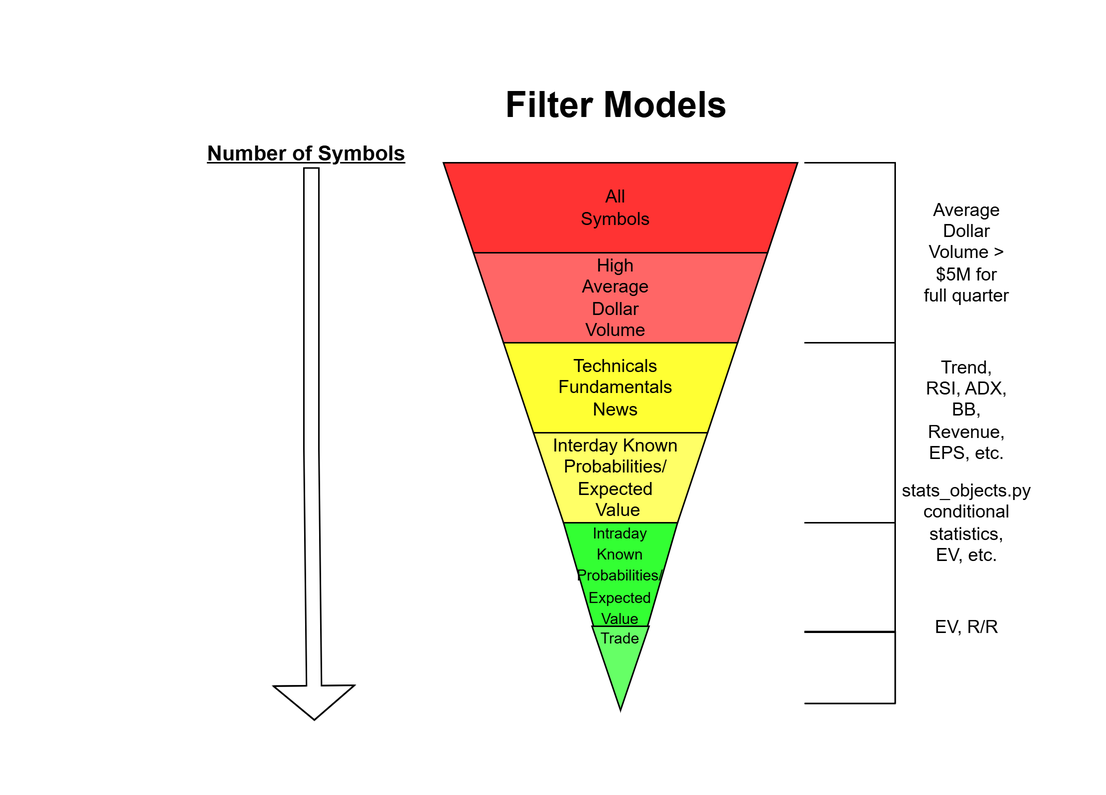
This is usage/Filter_Models.png from jdejones/market_data, a draw.io export, as it was before one commit. Source tidied: cells renumbered, new cells last; positions are measured from the earlier drawing's top-left corner, leaving out a move shared by most shapes. The source it was exported from:
```xml
<mxGraphModel math="1">
  <root>
    <mxCell id="0" />
    <mxCell id="1" parent="0" />
    <mxCell id="2" style="shape=trapezoid;perimeter=trapezoidPerimeter;whiteSpace=wrap;html=1;fixedSize=1;rotation=-180;fillColor=#FF3333;" parent="1" vertex="1">
      <mxGeometry x="245" y="58" width="236" height="60" as="geometry" />
    </mxCell>
    <mxCell id="3" style="shape=trapezoid;perimeter=trapezoidPerimeter;whiteSpace=wrap;html=1;fixedSize=1;rotation=-180;fillColor=#FF6666;" parent="1" vertex="1">
      <mxGeometry x="265" y="118" width="196" height="60" as="geometry" />
    </mxCell>
    <mxCell id="4" value="All Symbols" style="text;html=1;whiteSpace=wrap;strokeColor=none;fillColor=none;align=center;verticalAlign=middle;rounded=0;" parent="1" vertex="1">
      <mxGeometry x="330" y="73" width="60" height="30" as="geometry" />
    </mxCell>
    <mxCell id="5" value="High Average Dollar Volume" style="text;html=1;whiteSpace=wrap;strokeColor=none;fillColor=none;align=center;verticalAlign=middle;rounded=0;" parent="1" vertex="1">
      <mxGeometry x="330" y="133" width="60" height="30" as="geometry" />
    </mxCell>
    <mxCell id="6" style="shape=trapezoid;perimeter=trapezoidPerimeter;whiteSpace=wrap;html=1;fixedSize=1;rotation=-180;fillColor=#FFFF33;" parent="1" vertex="1">
      <mxGeometry x="285" y="178" width="156" height="60" as="geometry" />
    </mxCell>
    <mxCell id="7" value="Technicals&lt;div&gt;Fundamentals&lt;/div&gt;&lt;div&gt;News&lt;/div&gt;" style="text;html=1;whiteSpace=wrap;strokeColor=none;fillColor=none;align=center;verticalAlign=middle;rounded=0;" parent="1" vertex="1">
      <mxGeometry x="330" y="193" width="60" height="30" as="geometry" />
    </mxCell>
    <mxCell id="8" style="shape=trapezoid;perimeter=trapezoidPerimeter;whiteSpace=wrap;html=1;fixedSize=1;rotation=-180;fillColor=#FFFF66;" parent="1" vertex="1">
      <mxGeometry x="305" y="238" width="116" height="60" as="geometry" />
    </mxCell>
    <mxCell id="9" value="Interday Known Probabilities/&lt;div&gt;Expected&lt;/div&gt;&lt;div&gt;&amp;nbsp;Value&lt;/div&gt;" style="text;html=1;whiteSpace=wrap;strokeColor=none;fillColor=none;align=center;verticalAlign=middle;rounded=0;" parent="1" vertex="1">
      <mxGeometry x="317" y="253" width="86" height="30" as="geometry" />
    </mxCell>
    <mxCell id="10" style="shape=trapezoid;perimeter=trapezoidPerimeter;whiteSpace=wrap;html=1;fixedSize=1;rotation=-180;fillColor=#33FF33;" parent="1" vertex="1">
      <mxGeometry x="325" y="298" width="76" height="69" as="geometry" />
    </mxCell>
    <mxCell id="11" value="&lt;font style=&quot;font-size: 10px;&quot;&gt;Intraday Known&lt;/font&gt;&lt;div&gt;&lt;span style=&quot;font-size: 10px; background-color: transparent; color: light-dark(rgb(0, 0, 0), rgb(255, 255, 255));&quot;&gt;Probabilities/&lt;/span&gt;&lt;div&gt;&lt;span style=&quot;font-size: 10px; background-color: transparent; color: light-dark(rgb(0, 0, 0), rgb(255, 255, 255));&quot;&gt;Expected&lt;/span&gt;&lt;/div&gt;&lt;div&gt;&lt;span style=&quot;font-size: 10px; background-color: transparent; color: light-dark(rgb(0, 0, 0), rgb(255, 255, 255));&quot;&gt;Value&lt;/span&gt;&lt;/div&gt;&lt;/div&gt;" style="text;html=1;whiteSpace=wrap;strokeColor=none;fillColor=none;align=center;verticalAlign=middle;rounded=0;" parent="1" vertex="1">
      <mxGeometry x="333" y="312.5" width="60" height="40" as="geometry" />
    </mxCell>
    <mxCell id="12" style="shape=trapezoid;perimeter=trapezoidPerimeter;whiteSpace=wrap;html=1;fixedSize=1;rotation=-180;fillColor=#66FF66;" parent="1" vertex="1">
      <mxGeometry x="344" y="367" width="38" height="56" as="geometry" />
    </mxCell>
    <mxCell id="13" value="&lt;font style=&quot;font-size: 10px;&quot;&gt;Trade&lt;/font&gt;" style="text;html=1;whiteSpace=wrap;strokeColor=none;fillColor=none;align=center;verticalAlign=middle;rounded=0;" parent="1" vertex="1">
      <mxGeometry x="333" y="360" width="60" height="30" as="geometry" />
    </mxCell>
    <mxCell id="14" style="shape=flexArrow;endArrow=classic;html=1;rounded=0;endWidth=43;endSize=7.29;" parent="1" edge="1">
      <mxGeometry relative="1" as="geometry">
        <mxPoint x="157" y="61" as="sourcePoint" />
        <mxPoint x="159" y="430" as="targetPoint" />
        <Array as="points">
          <mxPoint x="157" y="249" />
        </Array>
      </mxGeometry>
    </mxCell>
    <mxCell id="15" value="&lt;font style=&quot;font-size: 14px;&quot;&gt;&lt;b&gt;&lt;u&gt;Number of Symbols&lt;/u&gt;&lt;/b&gt;&lt;/font&gt;" style="text;html=1;whiteSpace=wrap;strokeColor=none;fillColor=none;align=center;verticalAlign=middle;rounded=0;rotation=0;" parent="1" vertex="1">
      <mxGeometry y="13" width="307.5" height="78" as="geometry" />
    </mxCell>
    <mxCell id="16" value="Filter Models" style="text;strokeColor=none;fillColor=none;html=1;fontSize=24;fontStyle=1;verticalAlign=middle;align=center;" parent="1" vertex="1">
      <mxGeometry x="310" width="100" height="40" as="geometry" />
    </mxCell>
    <mxCell id="17" style="shape=partialRectangle;whiteSpace=wrap;html=1;bottom=1;right=1;left=1;top=0;fillColor=none;routingCenterX=-0.5;rotation=-90;" parent="1" vertex="1">
      <mxGeometry x="456" y="88" width="120" height="60" as="geometry" />
    </mxCell>
    <mxCell id="18" value="Average Dollar Volume &amp;gt; $5M for full quarter" style="text;html=1;whiteSpace=wrap;strokeColor=none;fillColor=none;align=center;verticalAlign=middle;rounded=0;" parent="1" vertex="1">
      <mxGeometry x="564" y="103" width="60" height="30" as="geometry" />
    </mxCell>
    <mxCell id="19" style="shape=partialRectangle;whiteSpace=wrap;html=1;bottom=1;right=1;left=1;top=0;fillColor=none;routingCenterX=-0.5;rotation=-90;" parent="1" vertex="1">
      <mxGeometry x="456" y="208" width="120" height="60" as="geometry" />
    </mxCell>
    <mxCell id="20" value="Trend, RSI, ADX, BB, Revenue, EPS, etc." style="text;html=1;whiteSpace=wrap;strokeColor=none;fillColor=none;align=center;verticalAlign=middle;rounded=0;" parent="1" vertex="1">
      <mxGeometry x="564" y="208" width="60" height="30" as="geometry" />
    </mxCell>
    <mxCell id="21" style="shape=partialRectangle;whiteSpace=wrap;html=1;bottom=1;right=1;left=1;top=0;fillColor=none;routingCenterX=-0.5;rotation=-90;" parent="1" vertex="1">
      <mxGeometry x="479.5" y="304.5" width="73" height="60" as="geometry" />
    </mxCell>
    <mxCell id="22" value="stats_objects.py&lt;div&gt;conditional statistics,&lt;/div&gt;&lt;div&gt;EV, etc.&lt;/div&gt;" style="text;html=1;whiteSpace=wrap;strokeColor=none;fillColor=none;align=center;verticalAlign=middle;rounded=0;" parent="1" vertex="1">
      <mxGeometry x="564" y="283" width="60" height="30" as="geometry" />
    </mxCell>
    <mxCell id="23" value="EV, R/R" style="text;html=1;whiteSpace=wrap;strokeColor=none;fillColor=none;align=center;verticalAlign=middle;rounded=0;" parent="1" vertex="1">
      <mxGeometry x="564" y="352.5" width="60" height="30" as="geometry" />
    </mxCell>
    <mxCell id="24" style="shape=partialRectangle;whiteSpace=wrap;html=1;bottom=1;right=1;left=1;top=0;fillColor=none;routingCenterX=-0.5;rotation=-90;" parent="1" vertex="1">
      <mxGeometry x="492" y="364.5" width="48" height="60" as="geometry" />
    </mxCell>
  </root>
</mxGraphModel>
```
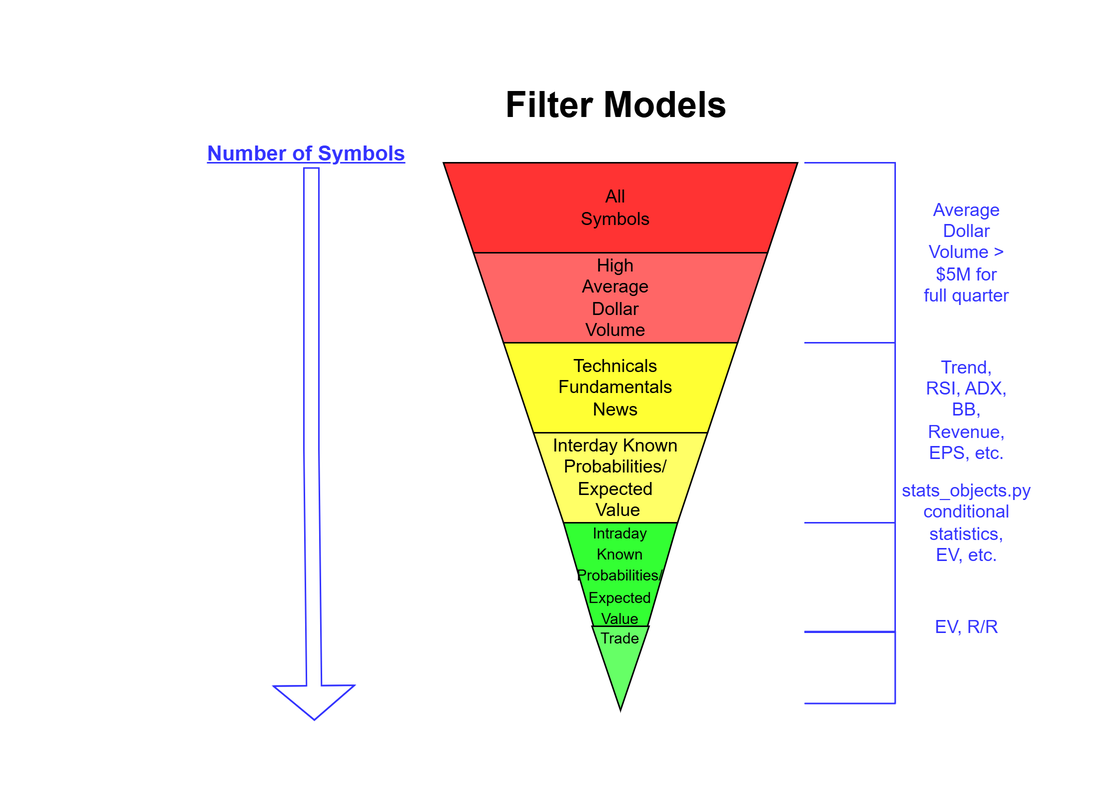
Above is the later version.

Change to the diagram source:
```diff
@@ -38,7 +38,7 @@
     <mxCell id="13" value="&lt;font style=&quot;font-size: 10px;&quot;&gt;Trade&lt;/font&gt;" style="text;html=1;whiteSpace=wrap;strokeColor=none;fillColor=none;align=center;verticalAlign=middle;rounded=0;" parent="1" vertex="1">
       <mxGeometry x="333" y="360" width="60" height="30" as="geometry" />
     </mxCell>
-    <mxCell id="14" style="shape=flexArrow;endArrow=classic;html=1;rounded=0;endWidth=43;endSize=7.29;" parent="1" edge="1">
+    <mxCell id="14" style="shape=flexArrow;endArrow=classic;html=1;rounded=0;endWidth=43;endSize=7.29;strokeColor=#3333FF;" parent="1" edge="1">
       <mxGeometry relative="1" as="geometry">
         <mxPoint x="157" y="61" as="sourcePoint" />
         <mxPoint x="159" y="430" as="targetPoint" />
@@ -47,34 +47,34 @@
         </Array>
       </mxGeometry>
     </mxCell>
-    <mxCell id="15" value="&lt;font style=&quot;font-size: 14px;&quot;&gt;&lt;b&gt;&lt;u&gt;Number of Symbols&lt;/u&gt;&lt;/b&gt;&lt;/font&gt;" style="text;html=1;whiteSpace=wrap;strokeColor=none;fillColor=none;align=center;verticalAlign=middle;rounded=0;rotation=0;" parent="1" vertex="1">
+    <mxCell id="15" value="&lt;font style=&quot;font-size: 14px; color: rgb(51, 51, 255);&quot;&gt;&lt;b&gt;&lt;u&gt;Number of Symbols&lt;/u&gt;&lt;/b&gt;&lt;/font&gt;" style="text;html=1;whiteSpace=wrap;strokeColor=none;fillColor=none;align=center;verticalAlign=middle;rounded=0;rotation=0;" parent="1" vertex="1">
       <mxGeometry y="13" width="307.5" height="78" as="geometry" />
     </mxCell>
     <mxCell id="16" value="Filter Models" style="text;strokeColor=none;fillColor=none;html=1;fontSize=24;fontStyle=1;verticalAlign=middle;align=center;" parent="1" vertex="1">
       <mxGeometry x="310" width="100" height="40" as="geometry" />
     </mxCell>
-    <mxCell id="17" style="shape=partialRectangle;whiteSpace=wrap;html=1;bottom=1;right=1;left=1;top=0;fillColor=none;routingCenterX=-0.5;rotation=-90;" parent="1" vertex="1">
+    <mxCell id="17" style="shape=partialRectangle;whiteSpace=wrap;html=1;bottom=1;right=1;left=1;top=0;fillColor=none;routingCenterX=-0.5;rotation=-90;strokeColor=#3333FF;" parent="1" vertex="1">
       <mxGeometry x="456" y="88" width="120" height="60" as="geometry" />
     </mxCell>
-    <mxCell id="18" value="Average Dollar Volume &amp;gt; $5M for full quarter" style="text;html=1;whiteSpace=wrap;strokeColor=none;fillColor=none;align=center;verticalAlign=middle;rounded=0;" parent="1" vertex="1">
+    <mxCell id="18" value="&lt;font style=&quot;color: rgb(51, 51, 255);&quot;&gt;Average Dollar Volume &amp;gt; $5M for full quarter&lt;/font&gt;" style="text;html=1;whiteSpace=wrap;strokeColor=none;fillColor=none;align=center;verticalAlign=middle;rounded=0;" parent="1" vertex="1">
       <mxGeometry x="564" y="103" width="60" height="30" as="geometry" />
     </mxCell>
-    <mxCell id="19" style="shape=partialRectangle;whiteSpace=wrap;html=1;bottom=1;right=1;left=1;top=0;fillColor=none;routingCenterX=-0.5;rotation=-90;" parent="1" vertex="1">
+    <mxCell id="19" style="shape=partialRectangle;whiteSpace=wrap;html=1;bottom=1;right=1;left=1;top=0;fillColor=none;routingCenterX=-0.5;rotation=-90;strokeColor=#3333FF;" parent="1" vertex="1">
       <mxGeometry x="456" y="208" width="120" height="60" as="geometry" />
     </mxCell>
-    <mxCell id="20" value="Trend, RSI, ADX, BB, Revenue, EPS, etc." style="text;html=1;whiteSpace=wrap;strokeColor=none;fillColor=none;align=center;verticalAlign=middle;rounded=0;" parent="1" vertex="1">
+    <mxCell id="20" value="&lt;font style=&quot;color: rgb(51, 51, 255);&quot;&gt;Trend, RSI, ADX, BB, Revenue, EPS, etc.&lt;/font&gt;" style="text;html=1;whiteSpace=wrap;strokeColor=none;fillColor=none;align=center;verticalAlign=middle;rounded=0;" parent="1" vertex="1">
       <mxGeometry x="564" y="208" width="60" height="30" as="geometry" />
     </mxCell>
-    <mxCell id="21" style="shape=partialRectangle;whiteSpace=wrap;html=1;bottom=1;right=1;left=1;top=0;fillColor=none;routingCenterX=-0.5;rotation=-90;" parent="1" vertex="1">
+    <mxCell id="21" style="shape=partialRectangle;whiteSpace=wrap;html=1;bottom=1;right=1;left=1;top=0;fillColor=none;routingCenterX=-0.5;rotation=-90;strokeColor=#3333FF;" parent="1" vertex="1">
       <mxGeometry x="479.5" y="304.5" width="73" height="60" as="geometry" />
     </mxCell>
-    <mxCell id="22" value="stats_objects.py&lt;div&gt;conditional statistics,&lt;/div&gt;&lt;div&gt;EV, etc.&lt;/div&gt;" style="text;html=1;whiteSpace=wrap;strokeColor=none;fillColor=none;align=center;verticalAlign=middle;rounded=0;" parent="1" vertex="1">
+    <mxCell id="22" value="&lt;font style=&quot;color: rgb(51, 51, 255);&quot;&gt;stats_objects.py&lt;/font&gt;&lt;div&gt;&lt;font style=&quot;color: rgb(51, 51, 255);&quot;&gt;conditional statistics,&lt;/font&gt;&lt;/div&gt;&lt;div&gt;&lt;font style=&quot;color: rgb(51, 51, 255);&quot;&gt;EV, etc.&lt;/font&gt;&lt;/div&gt;" style="text;html=1;whiteSpace=wrap;strokeColor=none;fillColor=none;align=center;verticalAlign=middle;rounded=0;" parent="1" vertex="1">
       <mxGeometry x="564" y="283" width="60" height="30" as="geometry" />
     </mxCell>
-    <mxCell id="23" value="EV, R/R" style="text;html=1;whiteSpace=wrap;strokeColor=none;fillColor=none;align=center;verticalAlign=middle;rounded=0;" parent="1" vertex="1">
+    <mxCell id="23" value="&lt;font style=&quot;color: rgb(51, 51, 255);&quot;&gt;EV, R/R&lt;/font&gt;" style="text;html=1;whiteSpace=wrap;strokeColor=none;fillColor=none;align=center;verticalAlign=middle;rounded=0;" parent="1" vertex="1">
       <mxGeometry x="564" y="352.5" width="60" height="30" as="geometry" />
     </mxCell>
-    <mxCell id="24" style="shape=partialRectangle;whiteSpace=wrap;html=1;bottom=1;right=1;left=1;top=0;fillColor=none;routingCenterX=-0.5;rotation=-90;" parent="1" vertex="1">
+    <mxCell id="24" style="shape=partialRectangle;whiteSpace=wrap;html=1;bottom=1;right=1;left=1;top=0;fillColor=none;routingCenterX=-0.5;rotation=-90;strokeColor=#3333FF;" parent="1" vertex="1">
       <mxGeometry x="492" y="364.5" width="48" height="60" as="geometry" />
     </mxCell>
   </root>
```
